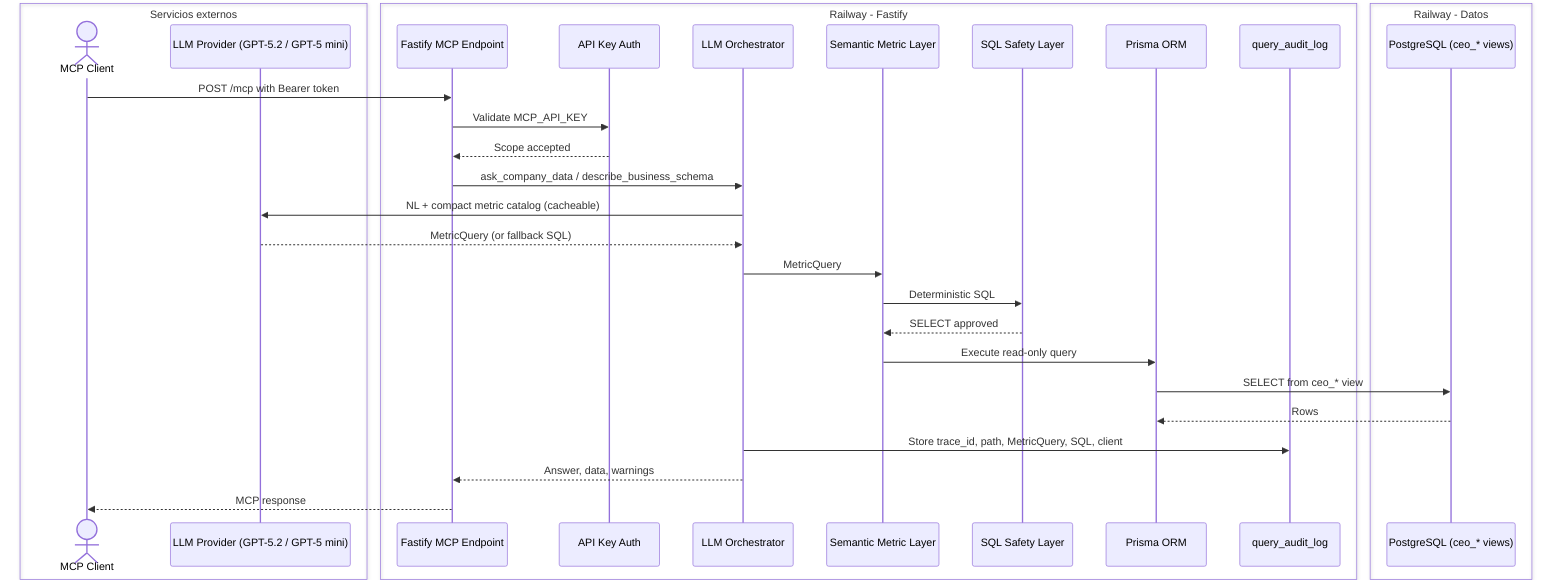
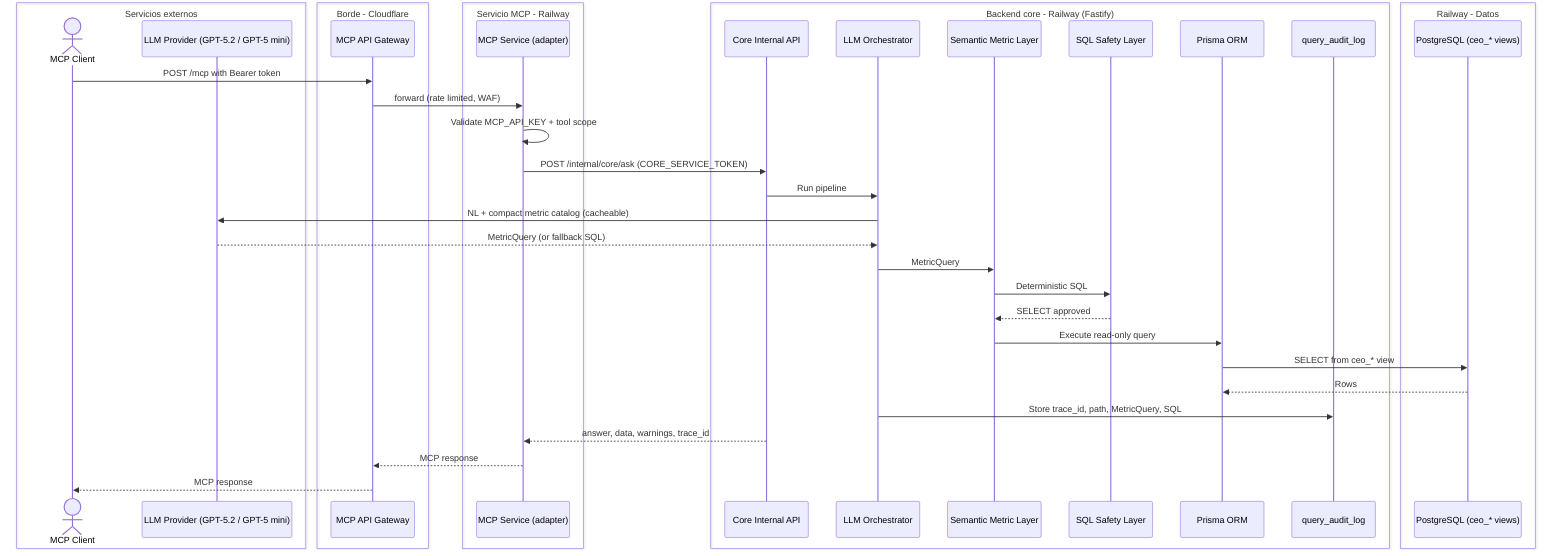
sequenceDiagram
  box Servicios externos
  actor Client as MCP Client
  participant LLM as LLM Provider (GPT-5.2 / GPT-5 mini)
  end
-   box Railway - Fastify
-   participant MCP as Fastify MCP Endpoint
-   participant Auth as API Key Auth
+   box Borde - Cloudflare
+   participant McpGW as MCP API Gateway
+   end
+   box Servicio MCP - Railway
+   participant MCPsvc as MCP Service (adapter)
+   end
+   box Backend core - Railway (Fastify)
+   participant Core as Core Internal API
  participant Orch as LLM Orchestrator
  participant Sem as Semantic Metric Layer
  participant Safety as SQL Safety Layer
  participant Prisma as Prisma ORM
  participant Audit as query_audit_log
  end
  box Railway - Datos
  participant DB as PostgreSQL (ceo_* views)
  end

-   Client->>MCP: POST /mcp with Bearer token
-   MCP->>Auth: Validate MCP_API_KEY
-   Auth-->>MCP: Scope accepted
-   MCP->>Orch: ask_company_data / describe_business_schema
+   Client->>McpGW: POST /mcp with Bearer token
+   McpGW->>MCPsvc: forward (rate limited, WAF)
+   MCPsvc->>MCPsvc: Validate MCP_API_KEY + tool scope
+   MCPsvc->>Core: POST /internal/core/ask (CORE_SERVICE_TOKEN)
+   Core->>Orch: Run pipeline
  Orch->>LLM: NL + compact metric catalog (cacheable)
  LLM-->>Orch: MetricQuery (or fallback SQL)
  Orch->>Sem: MetricQuery
  Sem->>Safety: Deterministic SQL
  Safety-->>Sem: SELECT approved
  Sem->>Prisma: Execute read-only query
  Prisma->>DB: SELECT from ceo_* view
  DB-->>Prisma: Rows
-   Orch->>Audit: Store trace_id, path, MetricQuery, SQL, client
-   Orch-->>MCP: Answer, data, warnings
-   MCP-->>Client: MCP response
+   Orch->>Audit: Store trace_id, path, MetricQuery, SQL
+   Core-->>MCPsvc: answer, data, warnings, trace_id
+   MCPsvc-->>McpGW: MCP response
+   McpGW-->>Client: MCP response
